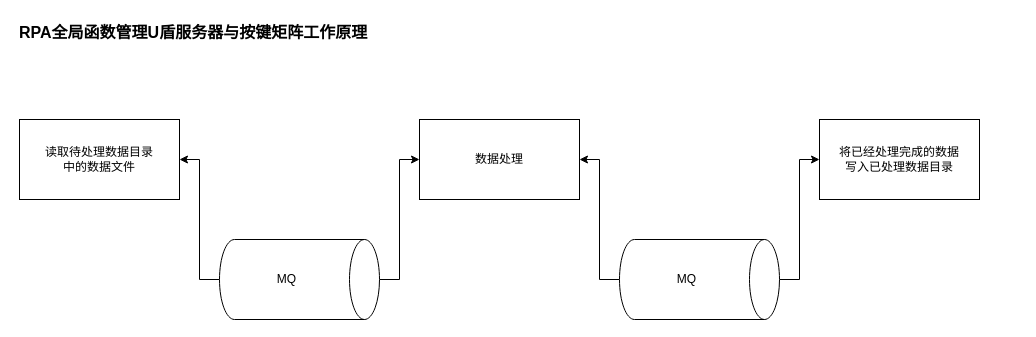
Above: page "0002" (2 of 2) of src/main/work/cdjh/20231017085519.drawio in ab-doc/draw.io (draw.io), before the change. Source tidied: cells renumbered, new cells numbered last; positions are measured from the earlier drawing's top-left corner, leaving out a move shared by most shapes. Both pictures are drawn from the tidied source at 100%, with x=0, y=0 at pixel (17, 17).
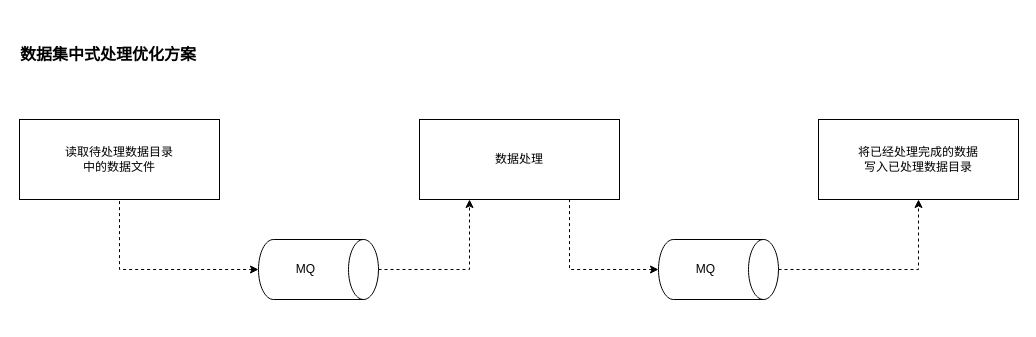
The same diagram, later.

Diff of the diagram source:
```diff
@@
 <mxGraphModel>
   <root>
-    <mxCell id="0" />
-    <mxCell id="1" parent="0" />
-    <mxCell id="2" value="&lt;b style=&quot;font-size: 16px;&quot;&gt;RPA全局函数管理U盾服务器与按键矩阵工作原理&lt;/b&gt;" style="text;html=1;align=left;verticalAlign=middle;strokeColor=none;fillColor=none;fontSize=16;rounded=0;labelBackgroundColor=none;" parent="1" vertex="1">
-      <mxGeometry width="370" height="30" as="geometry" />
-    </mxCell>
-    <mxCell id="3" style="edgeStyle=orthogonalEdgeStyle;rounded=0;jettySize=auto;html=1;entryX=1;entryY=0.5;entryDx=0;entryDy=0;" parent="1" edge="1" source="5" target="10">
-      <mxGeometry relative="1" as="geometry" />
-    </mxCell>
-    <mxCell id="4" style="edgeStyle=orthogonalEdgeStyle;rounded=0;jettySize=auto;html=1;entryX=0;entryY=0.5;entryDx=0;entryDy=0;" parent="1" edge="1" source="5" target="11">
-      <mxGeometry relative="1" as="geometry" />
-    </mxCell>
-    <mxCell id="5" value="MQ" style="shape=cylinder3;whiteSpace=wrap;html=1;boundedLbl=1;backgroundOutline=1;size=15;direction=south;" parent="1" vertex="1">
-      <mxGeometry x="202" y="222" width="160" height="80" as="geometry" />
-    </mxCell>
-    <mxCell id="6" style="edgeStyle=orthogonalEdgeStyle;rounded=0;jettySize=auto;html=1;entryX=1;entryY=0.5;entryDx=0;entryDy=0;" parent="1" edge="1" source="8" target="11">
-      <mxGeometry relative="1" as="geometry" />
-    </mxCell>
-    <mxCell id="7" style="edgeStyle=orthogonalEdgeStyle;rounded=0;jettySize=auto;html=1;entryX=0;entryY=0.5;entryDx=0;entryDy=0;" parent="1" edge="1" source="8" target="9">
-      <mxGeometry relative="1" as="geometry" />
-    </mxCell>
-    <mxCell id="8" value="MQ" style="shape=cylinder3;whiteSpace=wrap;html=1;boundedLbl=1;backgroundOutline=1;size=15;direction=south;" parent="1" vertex="1">
-      <mxGeometry x="602" y="222" width="160" height="80" as="geometry" />
-    </mxCell>
+    <mxCell id="12" />
+    <mxCell id="13" parent="12" />
+    <mxCell id="14" value="&lt;b style=&quot;font-size: 16px;&quot;&gt;数据集中式处理优化方案&lt;/b&gt;" style="text;html=1;align=left;verticalAlign=middle;strokeColor=none;fillColor=none;fontSize=16;rounded=0;labelBackgroundColor=none;" parent="13" vertex="1">
+      <mxGeometry x="1" y="22" width="200" height="30" as="geometry" />
+    </mxCell>
+    <mxCell id="15" style="edgeStyle=orthogonalEdgeStyle;rounded=0;jettySize=auto;html=1;entryX=0.5;entryY=1;entryDx=0;entryDy=0;exitX=0.5;exitY=1;exitDx=0;exitDy=0;exitPerimeter=0;startArrow=classic;startFill=1;endArrow=none;endFill=0;dashed=1;" parent="13" edge="1" source="17" target="10">
+      <mxGeometry relative="1" as="geometry" />
+    </mxCell>
+    <mxCell id="16" style="edgeStyle=orthogonalEdgeStyle;rounded=0;jettySize=auto;html=1;entryX=0.25;entryY=1;entryDx=0;entryDy=0;exitX=0.5;exitY=0;exitDx=0;exitDy=0;exitPerimeter=0;dashed=1;" parent="13" edge="1" source="17" target="11">
+      <mxGeometry relative="1" as="geometry" />
+    </mxCell>
+    <mxCell id="17" value="MQ" style="shape=cylinder3;whiteSpace=wrap;html=1;boundedLbl=1;backgroundOutline=1;size=15;direction=south;" parent="13" vertex="1">
+      <mxGeometry x="241" y="222" width="120" height="60" as="geometry" />
+    </mxCell>
+    <mxCell id="18" style="edgeStyle=orthogonalEdgeStyle;rounded=0;jettySize=auto;html=1;entryX=0.75;entryY=1;entryDx=0;entryDy=0;exitX=0.5;exitY=1;exitDx=0;exitDy=0;exitPerimeter=0;startArrow=classic;startFill=1;endArrow=none;endFill=0;dashed=1;" parent="13" edge="1" source="20" target="11">
+      <mxGeometry relative="1" as="geometry" />
+    </mxCell>
+    <mxCell id="19" style="edgeStyle=orthogonalEdgeStyle;rounded=0;jettySize=auto;html=1;entryX=0.5;entryY=1;entryDx=0;entryDy=0;exitX=0.5;exitY=0;exitDx=0;exitDy=0;exitPerimeter=0;dashed=1;" parent="13" edge="1" source="20" target="9">
+      <mxGeometry relative="1" as="geometry" />
+    </mxCell>
+    <mxCell id="20" value="MQ" style="shape=cylinder3;whiteSpace=wrap;html=1;boundedLbl=1;backgroundOutline=1;size=15;direction=south;" parent="13" vertex="1">
+      <mxGeometry x="641" y="222" width="120" height="60" as="geometry" />
+    </mxCell>
-    <mxCell id="9" value="将已经处理完成的数据&lt;br&gt;写入已处理数据目录" style="rounded=0;whiteSpace=wrap;html=1;" parent="1" vertex="1">
-      <mxGeometry x="802" y="102" width="160" height="80" as="geometry" />
+    <mxCell id="9" value="将已经处理完成的数据&lt;br&gt;写入已处理数据目录" style="rounded=0;whiteSpace=wrap;html=1;" parent="13" vertex="1">
+      <mxGeometry x="801" y="102" width="200" height="80" as="geometry" />
     </mxCell>
-    <mxCell id="10" value="读取待处理数据目录&lt;br style=&quot;border-color: var(--border-color);&quot;&gt;中的数据文件" style="whiteSpace=wrap;html=1;" parent="1" vertex="1">
-      <mxGeometry x="2" y="102" width="160" height="80" as="geometry" />
+    <mxCell id="10" value="读取待处理数据目录&lt;br style=&quot;border-color: var(--border-color);&quot;&gt;中的数据文件" style="whiteSpace=wrap;html=1;" parent="13" vertex="1">
+      <mxGeometry x="2" y="102" width="200" height="80" as="geometry" />
     </mxCell>
-    <mxCell id="11" value="数据处理" style="whiteSpace=wrap;html=1;" parent="1" vertex="1">
-      <mxGeometry x="402" y="102" width="160" height="80" as="geometry" />
+    <mxCell id="11" value="数据处理" style="whiteSpace=wrap;html=1;" parent="13" vertex="1">
+      <mxGeometry x="402" y="102" width="200" height="80" as="geometry" />
     </mxCell>
   </root>
 </mxGraphModel>
```
